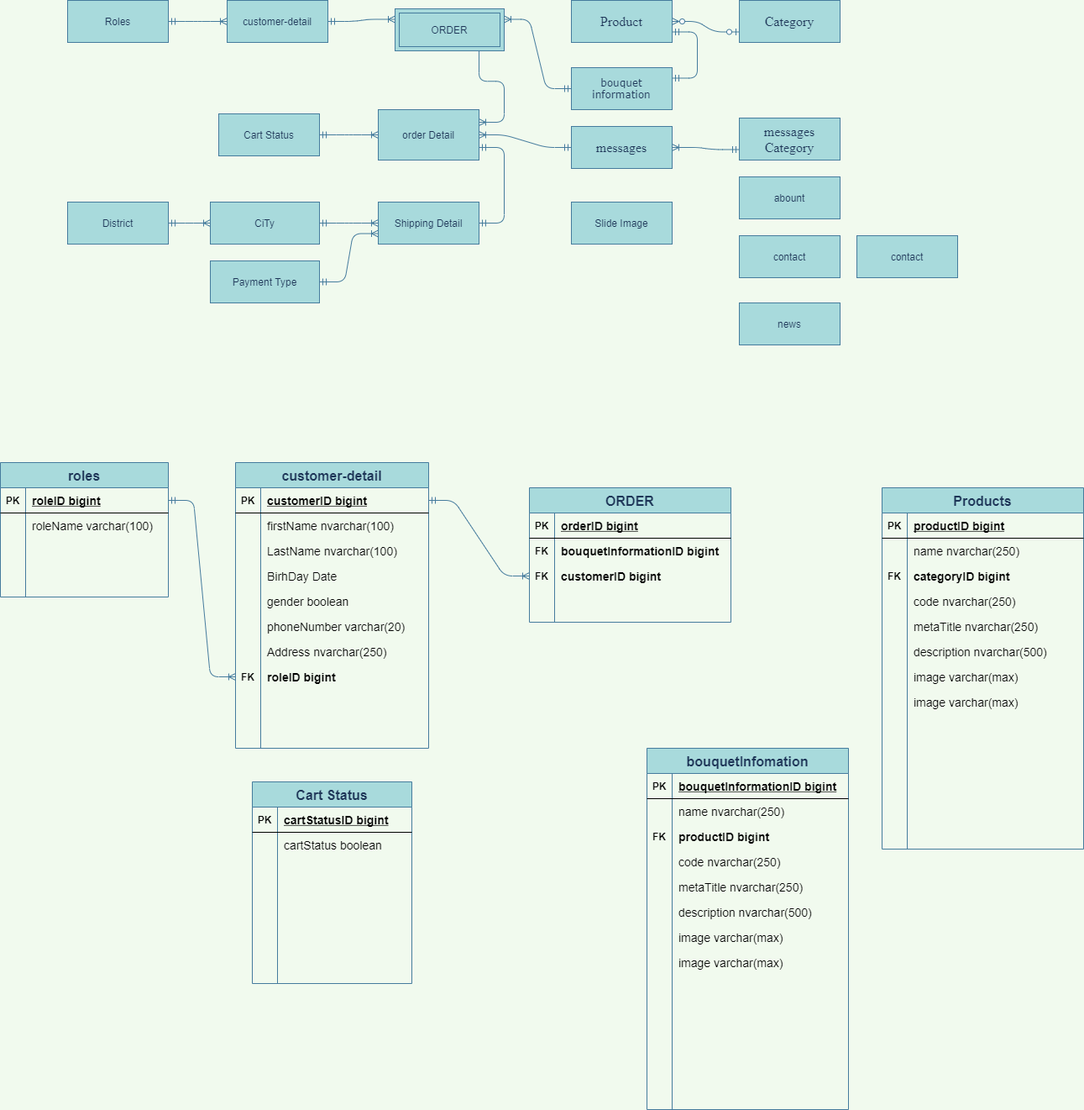
Earlier version of the draw.io export Untitled Diagram.png (maialino123/Eproject-SEM3). Source tidied: cells renumbered, new cells last; positions are measured from the earlier drawing's top-left corner, leaving out a move shared by most shapes.
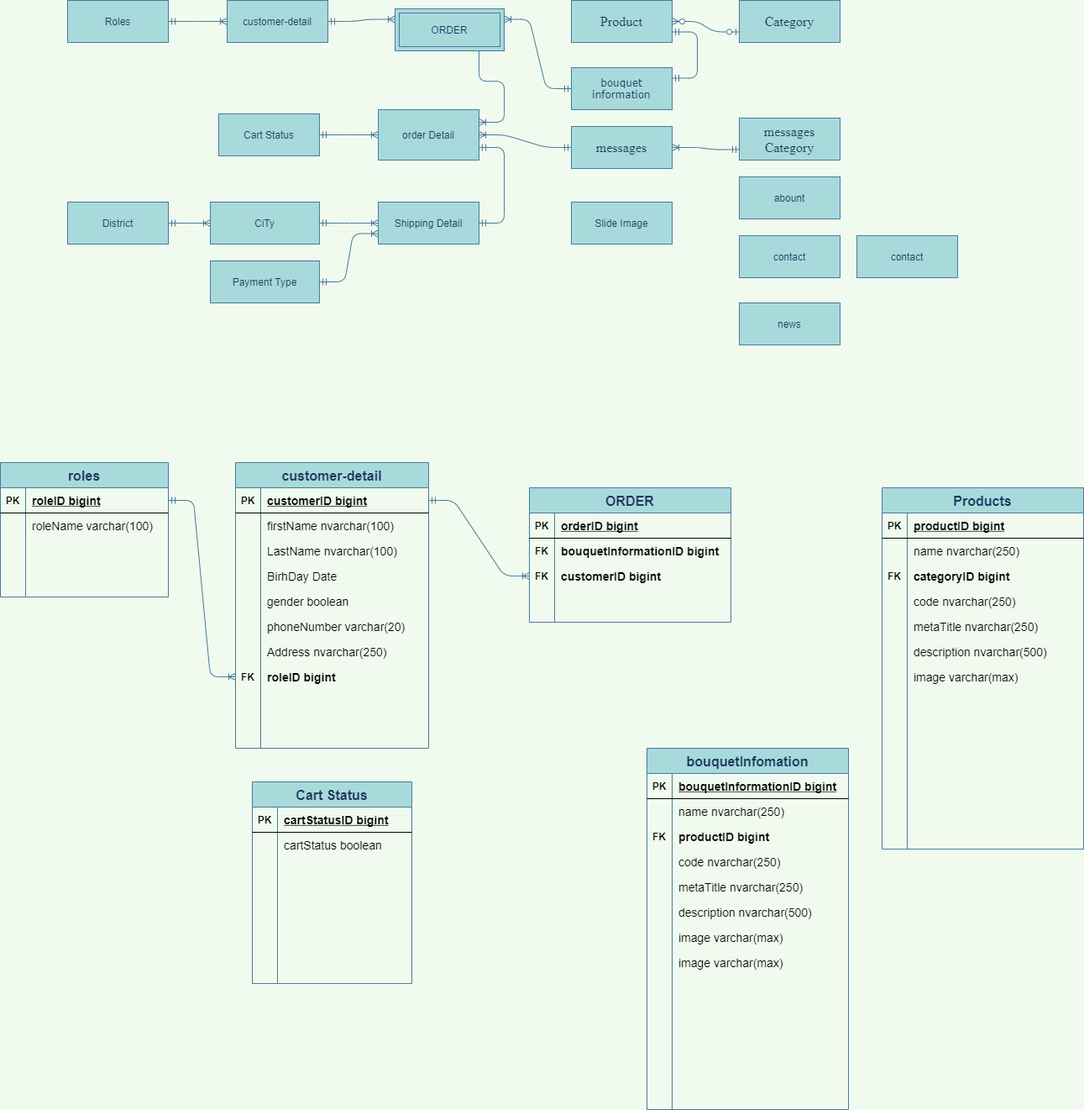
After the change.

Diff of the diagram source:
```diff
@@ -395,7 +395,7 @@
     <mxCell id="132" style="shape=partialRectangle;fillColor=none;top=0;left=0;bottom=0;right=0;overflow=hidden;" parent="131" vertex="1">
       <mxGeometry width="30" height="30" as="geometry" />
     </mxCell>
-    <mxCell id="133" value="image varchar(max)" style="shape=partialRectangle;fillColor=none;top=0;left=0;bottom=0;right=0;align=left;spacingLeft=6;overflow=hidden;fontSize=14;" parent="131" vertex="1">
+    <mxCell id="133" style="shape=partialRectangle;fillColor=none;top=0;left=0;bottom=0;right=0;align=left;spacingLeft=6;overflow=hidden;fontSize=14;" parent="131" vertex="1">
       <mxGeometry x="30" width="210" height="30" as="geometry" />
     </mxCell>
     <mxCell id="134" value="bouquetInfomation" style="shape=table;startSize=30;rowLines=0;fontStyle=1;align=center;rounded=0;sketch=0;fontSize=16;fontColor=#1D3557;strokeColor=#457B9D;fillColor=#A8DADC;" parent="1" vertex="1">
```
